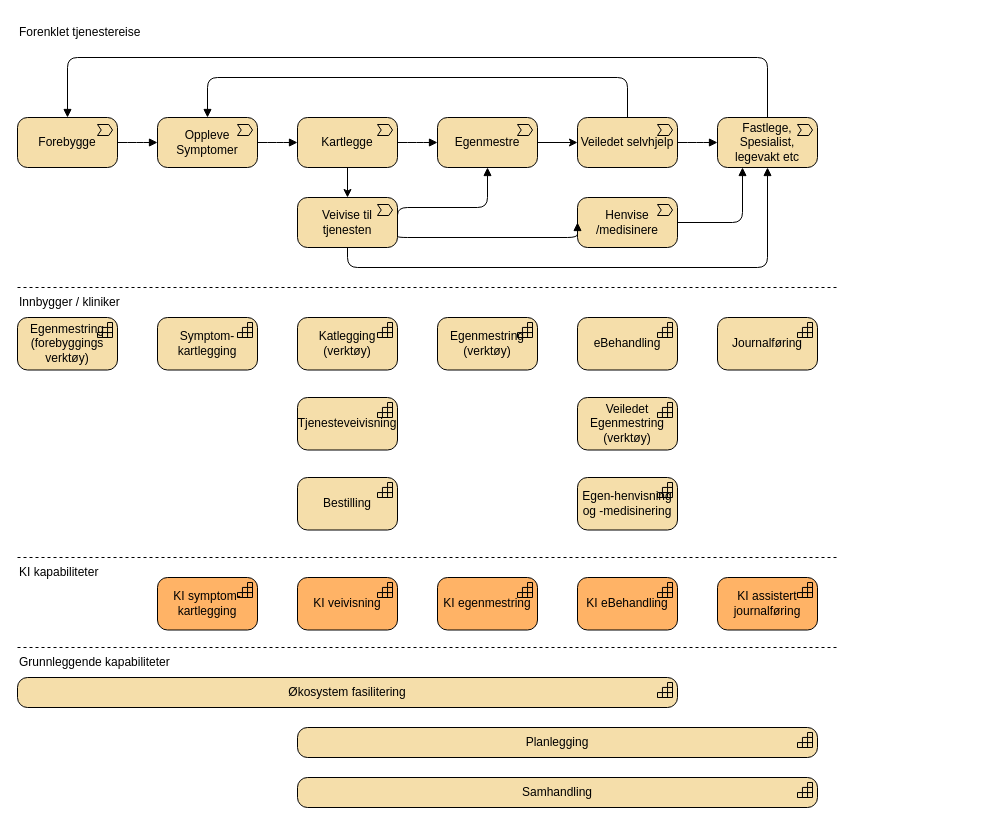
Above: page "verdikjede-overordnet" (2 of 9) of docs/strategi/value-chain.drawio in hdir/Digital-Forstelinje (draw.io), before the change. Source tidied: cells renumbered, new cells numbered last; positions are measured from the earlier drawing's top-left corner, leaving out a move shared by most shapes. Both pictures are drawn from the tidied source at 100%, with x=0, y=0 at pixel (17, 17).
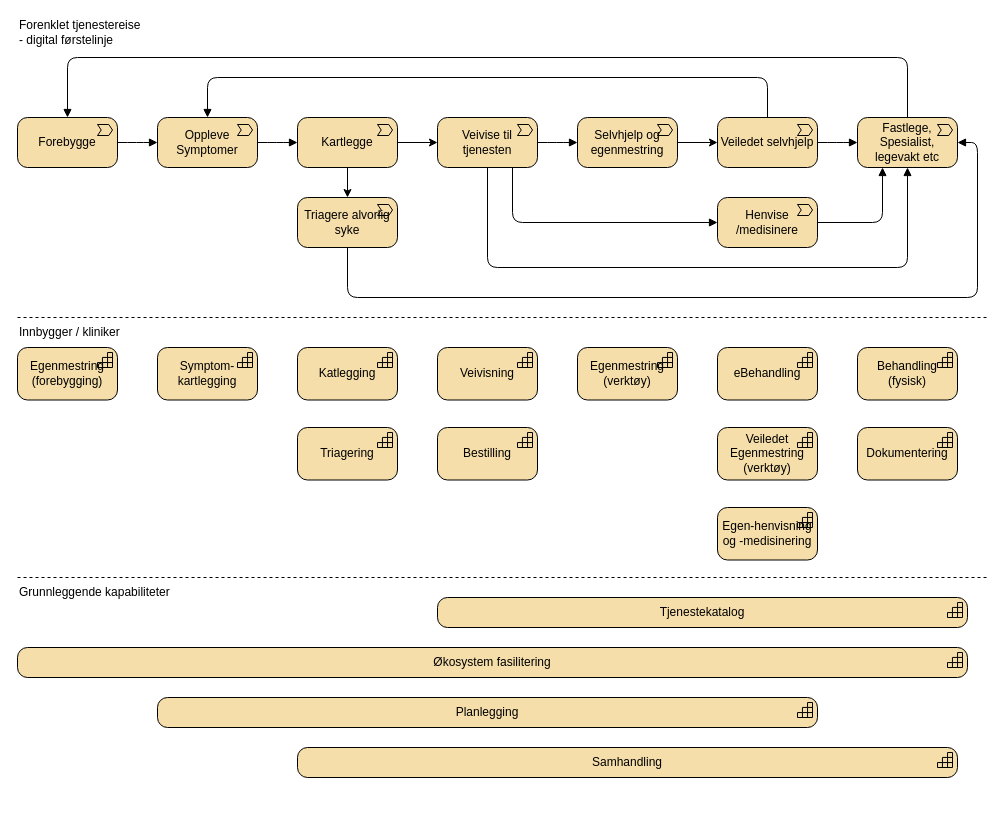
Above is the later version.

The change refers to these unchanged cells:
```xml
<mxCell id="5" value="Kartlegge" style="html=1;outlineConnect=0;whiteSpace=wrap;fillColor=#F5DEAA;shape=mxgraph.archimate3.application;appType=valueStream;archiType=rounded;" parent="1" vertex="1">
  <mxGeometry x="280" y="100" width="100" height="50" as="geometry" />
</mxCell>
```

Change to the diagram source:
```diff
@@
-    <mxCell id="7" value="Egenmestre" style="html=1;outlineConnect=0;whiteSpace=wrap;fillColor=#F5DEAA;shape=mxgraph.archimate3.application;appType=valueStream;archiType=rounded;" parent="1" vertex="1">
-      <mxGeometry x="420" y="100" width="100" height="50" as="geometry" />
+    <mxCell id="7" value="Selvhjelp og egenmestring" style="html=1;outlineConnect=0;whiteSpace=wrap;fillColor=#F5DEAA;shape=mxgraph.archimate3.application;appType=valueStream;archiType=rounded;" parent="1" vertex="1">
+      <mxGeometry x="560" y="100" width="100" height="50" as="geometry" />
     </mxCell>
     <mxCell id="8" value="Veiledet selvhjelp" style="html=1;outlineConnect=0;whiteSpace=wrap;fillColor=#F5DEAA;shape=mxgraph.archimate3.application;appType=valueStream;archiType=rounded;" parent="1" vertex="1">
-      <mxGeometry x="560" y="100" width="100" height="50" as="geometry" />
+      <mxGeometry x="700" y="100" width="100" height="50" as="geometry" />
     </mxCell>
     <mxCell id="9" value="Veivise til tjenesten" style="html=1;outlineConnect=0;whiteSpace=wrap;fillColor=#F5DEAA;shape=mxgraph.archimate3.application;appType=valueStream;archiType=rounded;" parent="1" vertex="1">
-      <mxGeometry x="280" y="180" width="100" height="50" as="geometry" />
+      <mxGeometry x="420" y="100" width="100" height="50" as="geometry" />
     </mxCell>
-    <mxCell id="10" style="edgeStyle=elbowEdgeStyle;html=1;endArrow=block;dashed=0;elbow=vertical;endFill=1;exitX=1;exitY=0.5;exitDx=0;exitDy=0;exitPerimeter=0;entryX=0;entryY=0.5;entryDx=0;entryDy=0;entryPerimeter=0;" parent="1" edge="1" source="5" target="7">
-      <mxGeometry relative="1" as="geometry" />
-    </mxCell>
@@
-    <mxCell id="14" style="edgeStyle=elbowEdgeStyle;html=1;endArrow=block;dashed=0;elbow=vertical;endFill=1;entryX=0.5;entryY=1;entryDx=0;entryDy=0;entryPerimeter=0;exitX=1;exitY=0.5;exitDx=0;exitDy=0;exitPerimeter=0;" parent="1" edge="1" source="9" target="7">
-      <mxGeometry relative="1" as="geometry">
-        <Array as="points">
-          <mxPoint x="430" y="190" />
-        </Array>
-      </mxGeometry>
+    <mxCell id="14" style="edgeStyle=elbowEdgeStyle;html=1;endArrow=block;dashed=0;elbow=vertical;endFill=1;entryX=0;entryY=0.5;entryDx=0;entryDy=0;entryPerimeter=0;exitX=1;exitY=0.5;exitDx=0;exitDy=0;exitPerimeter=0;" parent="1" edge="1" source="9" target="7">
+      <mxGeometry x="0.15" relative="1" as="geometry" />
     </mxCell>
-    <mxCell id="15" value="Katlegging (verktøy)" style="html=1;whiteSpace=wrap;fillColor=#F5DEAA;shape=mxgraph.archimate3.application;appType=capability;archiType=rounded;" parent="1" vertex="1">
-      <mxGeometry x="280" y="300" width="100" height="52.5" as="geometry" />
+    <mxCell id="15" value="Katlegging" style="html=1;whiteSpace=wrap;fillColor=#F5DEAA;shape=mxgraph.archimate3.application;appType=capability;archiType=rounded;" parent="1" vertex="1">
+      <mxGeometry x="280" y="330" width="100" height="52.5" as="geometry" />
     </mxCell>
     <mxCell id="16" value="Symptom-kartlegging" style="html=1;whiteSpace=wrap;fillColor=#F5DEAA;shape=mxgraph.archimate3.application;appType=capability;archiType=rounded;" parent="1" vertex="1">
-      <mxGeometry x="140" y="300" width="100" height="52.5" as="geometry" />
+      <mxGeometry x="140" y="330" width="100" height="52.5" as="geometry" />
     </mxCell>
-    <mxCell id="17" value="Tjenesteveivisning" style="html=1;whiteSpace=wrap;fillColor=#F5DEAA;shape=mxgraph.archimate3.application;appType=capability;archiType=rounded;" parent="1" vertex="1">
-      <mxGeometry x="280" y="380" width="100" height="52.5" as="geometry" />
+    <mxCell id="17" value="Veivisning" style="html=1;whiteSpace=wrap;fillColor=#F5DEAA;shape=mxgraph.archimate3.application;appType=capability;archiType=rounded;" parent="1" vertex="1">
+      <mxGeometry x="420" y="330" width="100" height="52.5" as="geometry" />
     </mxCell>
     <mxCell id="18" value="Egenmestring (verktøy)" style="html=1;whiteSpace=wrap;fillColor=#F5DEAA;shape=mxgraph.archimate3.application;appType=capability;archiType=rounded;" parent="1" vertex="1">
-      <mxGeometry x="420" y="300" width="100" height="52.5" as="geometry" />
+      <mxGeometry x="560" y="330" width="100" height="52.5" as="geometry" />
     </mxCell>
-    <mxCell id="19" value="Egenmestring (forebyggings verktøy)" style="html=1;whiteSpace=wrap;fillColor=#F5DEAA;shape=mxgraph.archimate3.application;appType=capability;archiType=rounded;" parent="1" vertex="1">
-      <mxGeometry y="300" width="100" height="52.5" as="geometry" />
+    <mxCell id="19" value="Egenmestring (forebygging)" style="html=1;whiteSpace=wrap;fillColor=#F5DEAA;shape=mxgraph.archimate3.application;appType=capability;archiType=rounded;" parent="1" vertex="1">
+      <mxGeometry y="330" width="100" height="52.5" as="geometry" />
     </mxCell>
     <mxCell id="20" value="eBehandling" style="html=1;whiteSpace=wrap;fillColor=#F5DEAA;shape=mxgraph.archimate3.application;appType=capability;archiType=rounded;" parent="1" vertex="1">
-      <mxGeometry x="560" y="300" width="100" height="52.5" as="geometry" />
+      <mxGeometry x="700" y="330" width="100" height="52.5" as="geometry" />
     </mxCell>
     <mxCell id="21" value="Veiledet Egenmestring (verktøy)" style="html=1;whiteSpace=wrap;fillColor=#F5DEAA;shape=mxgraph.archimate3.application;appType=capability;archiType=rounded;" parent="1" vertex="1">
-      <mxGeometry x="560" y="380" width="100" height="52.5" as="geometry" />
+      <mxGeometry x="700" y="410" width="100" height="52.5" as="geometry" />
     </mxCell>
     <mxCell id="22" value="Fastlege, Spesialist, legevakt etc" style="html=1;outlineConnect=0;whiteSpace=wrap;fillColor=#F5DEAA;shape=mxgraph.archimate3.application;appType=valueStream;archiType=rounded;" parent="1" vertex="1">
-      <mxGeometry x="700" y="100" width="100" height="50" as="geometry" />
+      <mxGeometry x="840" y="100" width="100" height="50" as="geometry" />
     </mxCell>
@@
-    <mxCell id="25" value="Journalføring" style="html=1;whiteSpace=wrap;fillColor=#F5DEAA;shape=mxgraph.archimate3.application;appType=capability;archiType=rounded;" parent="1" vertex="1">
-      <mxGeometry x="700" y="300" width="100" height="52.5" as="geometry" />
+    <mxCell id="25" value="Dokumentering" style="html=1;whiteSpace=wrap;fillColor=#F5DEAA;shape=mxgraph.archimate3.application;appType=capability;archiType=rounded;" parent="1" vertex="1">
+      <mxGeometry x="840" y="410" width="100" height="52.5" as="geometry" />
     </mxCell>
@@
-    <mxCell id="27" value="KI symptom-kartlegging" style="html=1;whiteSpace=wrap;fillColor=#FFB366;shape=mxgraph.archimate3.application;appType=capability;archiType=rounded;" parent="1" vertex="1">
-      <mxGeometry x="140" y="560" width="100" height="52.5" as="geometry" />
-    </mxCell>
-    <mxCell id="28" value="KI veivisning" style="html=1;whiteSpace=wrap;fillColor=#FFB366;shape=mxgraph.archimate3.application;appType=capability;archiType=rounded;" parent="1" vertex="1">
-      <mxGeometry x="280" y="560" width="100" height="52.5" as="geometry" />
-    </mxCell>
-    <mxCell id="29" value="KI egenmestring" style="html=1;whiteSpace=wrap;fillColor=#FFB366;shape=mxgraph.archimate3.application;appType=capability;archiType=rounded;" parent="1" vertex="1">
-      <mxGeometry x="420" y="560" width="100" height="52.5" as="geometry" />
-    </mxCell>
-    <mxCell id="30" value="KI eBehandling" style="html=1;whiteSpace=wrap;fillColor=#FFB366;shape=mxgraph.archimate3.application;appType=capability;archiType=rounded;" parent="1" vertex="1">
-      <mxGeometry x="560" y="560" width="100" height="52.5" as="geometry" />
-    </mxCell>
-    <mxCell id="31" value="KI assistert journalføring" style="html=1;whiteSpace=wrap;fillColor=#FFB366;shape=mxgraph.archimate3.application;appType=capability;archiType=rounded;" parent="1" vertex="1">
-      <mxGeometry x="700" y="560" width="100" height="52.5" as="geometry" />
-    </mxCell>
     <mxCell id="32" value="Samhandling" style="html=1;whiteSpace=wrap;fillColor=#F5DEAA;shape=mxgraph.archimate3.application;appType=capability;archiType=rounded;" parent="1" vertex="1">
-      <mxGeometry x="280" y="760" width="520" height="30" as="geometry" />
+      <mxGeometry x="280" y="730" width="660" height="30" as="geometry" />
     </mxCell>
     <mxCell id="33" style="endArrow=none;dashed=1;html=1;" parent="1" edge="1">
-      <mxGeometry relative="1" as="geometry">
-        <mxPoint y="270" as="sourcePoint" />
-        <mxPoint x="820" y="270" as="targetPoint" />
+      <mxGeometry x="-0.15" relative="1" as="geometry">
+        <mxPoint y="300" as="sourcePoint" />
+        <mxPoint x="970" y="300" as="targetPoint" />
         <Array as="points">
-          <mxPoint x="410" y="270" />
+          <mxPoint x="410" y="300" />
         </Array>
       </mxGeometry>
     </mxCell>
-    <mxCell id="34" style="endArrow=none;dashed=1;html=1;" parent="1" edge="1">
-      <mxGeometry relative="1" as="geometry">
-        <mxPoint y="540" as="sourcePoint" />
-        <mxPoint x="820" y="540" as="targetPoint" />
-        <Array as="points">
-          <mxPoint x="410" y="540" />
-        </Array>
-      </mxGeometry>
-    </mxCell>
     <mxCell id="35" style="endArrow=none;dashed=1;html=1;" parent="1" edge="1">
-      <mxGeometry relative="1" as="geometry">
-        <mxPoint y="630" as="sourcePoint" />
-        <mxPoint x="820" y="630" as="targetPoint" />
+      <mxGeometry x="-0.15" relative="1" as="geometry">
+        <mxPoint y="560" as="sourcePoint" />
+        <mxPoint x="970" y="560" as="targetPoint" />
         <Array as="points">
-          <mxPoint x="410" y="630" />
+          <mxPoint x="410" y="560" />
         </Array>
       </mxGeometry>
     </mxCell>
     <mxCell id="36" value="Økosystem fasilitering" style="html=1;whiteSpace=wrap;fillColor=#F5DEAA;shape=mxgraph.archimate3.application;appType=capability;archiType=rounded;" parent="1" vertex="1">
-      <mxGeometry y="660" width="660" height="30" as="geometry" />
+      <mxGeometry y="630" width="950" height="30" as="geometry" />
     </mxCell>
     <mxCell id="37" value="Planlegging" style="html=1;whiteSpace=wrap;fillColor=#F5DEAA;shape=mxgraph.archimate3.application;appType=capability;archiType=rounded;" parent="1" vertex="1">
-      <mxGeometry x="280" y="710" width="520" height="30" as="geometry" />
+      <mxGeometry x="140" y="680" width="660" height="30" as="geometry" />
     </mxCell>
-    <mxCell id="38" value="KI kapabiliteter" style="text;html=1;align=left;verticalAlign=middle;whiteSpace=wrap;rounded=0;" parent="1" vertex="1">
-      <mxGeometry y="540" width="120" height="30" as="geometry" />
-    </mxCell>
-    <mxCell id="39" value="Forenklet tjenestereise" style="text;html=1;align=left;verticalAlign=middle;whiteSpace=wrap;rounded=0;" parent="1" vertex="1">
+    <mxCell id="39" value="Forenklet tjenestereise - digital førstelinje" style="text;html=1;align=left;verticalAlign=middle;whiteSpace=wrap;rounded=0;" parent="1" vertex="1">
       <mxGeometry width="130" height="30" as="geometry" />
     </mxCell>
     <mxCell id="40" value="Innbygger / kliniker" style="text;html=1;align=left;verticalAlign=middle;whiteSpace=wrap;rounded=0;" parent="1" vertex="1">
-      <mxGeometry y="270" width="120" height="30" as="geometry" />
+      <mxGeometry y="300" width="120" height="30" as="geometry" />
     </mxCell>
     <mxCell id="41" value="Grunnleggende kapabiliteter" style="text;html=1;align=left;verticalAlign=middle;whiteSpace=wrap;rounded=0;" parent="1" vertex="1">
-      <mxGeometry y="630" width="170" height="30" as="geometry" />
+      <mxGeometry y="560" width="170" height="30" as="geometry" />
     </mxCell>
     <mxCell id="42" value="Henvise /medisinere" style="html=1;outlineConnect=0;whiteSpace=wrap;fillColor=#F5DEAA;shape=mxgraph.archimate3.application;appType=valueStream;archiType=rounded;" parent="1" vertex="1">
-      <mxGeometry x="560" y="180" width="100" height="50" as="geometry" />
+      <mxGeometry x="700" y="180" width="100" height="50" as="geometry" />
     </mxCell>
-    <mxCell id="43" style="edgeStyle=elbowEdgeStyle;html=1;endArrow=block;dashed=0;elbow=vertical;endFill=1;exitX=1;exitY=0.75;exitDx=0;exitDy=0;exitPerimeter=0;entryX=0;entryY=0.5;entryDx=0;entryDy=0;entryPerimeter=0;" parent="1" edge="1" source="9" target="42">
-      <mxGeometry relative="1" as="geometry">
-        <Array as="points">
-          <mxPoint x="430" y="220" />
-        </Array>
-      </mxGeometry>
+    <mxCell id="43" style="edgeStyle=orthogonalEdgeStyle;html=1;endArrow=block;dashed=0;elbow=vertical;endFill=1;exitX=0.75;exitY=1;exitDx=0;exitDy=0;exitPerimeter=0;entryX=0;entryY=0.5;entryDx=0;entryDy=0;entryPerimeter=0;" parent="1" edge="1" source="9" target="42">
+      <mxGeometry x="-0.18" relative="1" as="geometry" />
     </mxCell>
     <mxCell id="44" style="edgeStyle=elbowEdgeStyle;html=1;endArrow=block;dashed=0;elbow=vertical;endFill=1;exitX=1;exitY=0.5;exitDx=0;exitDy=0;exitPerimeter=0;entryX=0.25;entryY=1;entryDx=0;entryDy=0;entryPerimeter=0;" parent="1" edge="1" source="42" target="22">
       <mxGeometry relative="1" as="geometry">
         <Array as="points">
-          <mxPoint x="700" y="205" />
+          <mxPoint x="840" y="205" />
         </Array>
       </mxGeometry>
     </mxCell>
     <mxCell id="45" value="Egen-henvisning og -medisinering" style="html=1;whiteSpace=wrap;fillColor=#F5DEAA;shape=mxgraph.archimate3.application;appType=capability;archiType=rounded;" parent="1" vertex="1">
-      <mxGeometry x="560" y="460" width="100" height="52.5" as="geometry" />
+      <mxGeometry x="700" y="490" width="100" height="52.5" as="geometry" />
     </mxCell>
     <mxCell id="46" value="Bestilling" style="html=1;whiteSpace=wrap;fillColor=#F5DEAA;shape=mxgraph.archimate3.application;appType=capability;archiType=rounded;" parent="1" vertex="1">
-      <mxGeometry x="280" y="460" width="100" height="52.5" as="geometry" />
+      <mxGeometry x="420" y="410" width="100" height="52.5" as="geometry" />
     </mxCell>
+    <mxCell id="47" value="Behandling (fysisk)" style="html=1;whiteSpace=wrap;fillColor=#F5DEAA;shape=mxgraph.archimate3.application;appType=capability;archiType=rounded;" parent="1" vertex="1">
+      <mxGeometry x="840" y="330" width="100" height="52.5" as="geometry" />
+    </mxCell>
+    <mxCell id="48" value="Triagere alvorlig syke" style="html=1;outlineConnect=0;whiteSpace=wrap;fillColor=#F5DEAA;shape=mxgraph.archimate3.application;appType=valueStream;archiType=rounded;" parent="1" vertex="1">
+      <mxGeometry x="280" y="180" width="100" height="50" as="geometry" />
+    </mxCell>
+    <mxCell id="49" style="edgeStyle=none;html=1;exitX=0.5;exitY=1;exitDx=0;exitDy=0;exitPerimeter=0;entryX=0.5;entryY=0;entryDx=0;entryDy=0;entryPerimeter=0;" parent="1" edge="1" source="5" target="48">
+      <mxGeometry relative="1" as="geometry" />
+    </mxCell>
+    <mxCell id="50" style="edgeStyle=orthogonalEdgeStyle;html=1;endArrow=block;dashed=0;elbow=vertical;endFill=1;entryX=1;entryY=0.5;entryDx=0;entryDy=0;entryPerimeter=0;exitX=0.5;exitY=1;exitDx=0;exitDy=0;exitPerimeter=0;" parent="1" edge="1" source="48" target="22">
+      <mxGeometry x="-0.04" relative="1" as="geometry">
+        <Array as="points">
+          <mxPoint x="330" y="280" />
+          <mxPoint x="960" y="280" />
+          <mxPoint x="960" y="125" />
+        </Array>
+      </mxGeometry>
+    </mxCell>
+    <mxCell id="51" value="Triagering" style="html=1;whiteSpace=wrap;fillColor=#F5DEAA;shape=mxgraph.archimate3.application;appType=capability;archiType=rounded;" parent="1" vertex="1">
+      <mxGeometry x="280" y="410" width="100" height="52.5" as="geometry" />
+    </mxCell>
+    <mxCell id="52" value="Tjenestekatalog" style="html=1;whiteSpace=wrap;fillColor=#F5DEAA;shape=mxgraph.archimate3.application;appType=capability;archiType=rounded;" parent="1" vertex="1">
+      <mxGeometry x="420" y="580" width="530" height="30" as="geometry" />
+    </mxCell>
```
